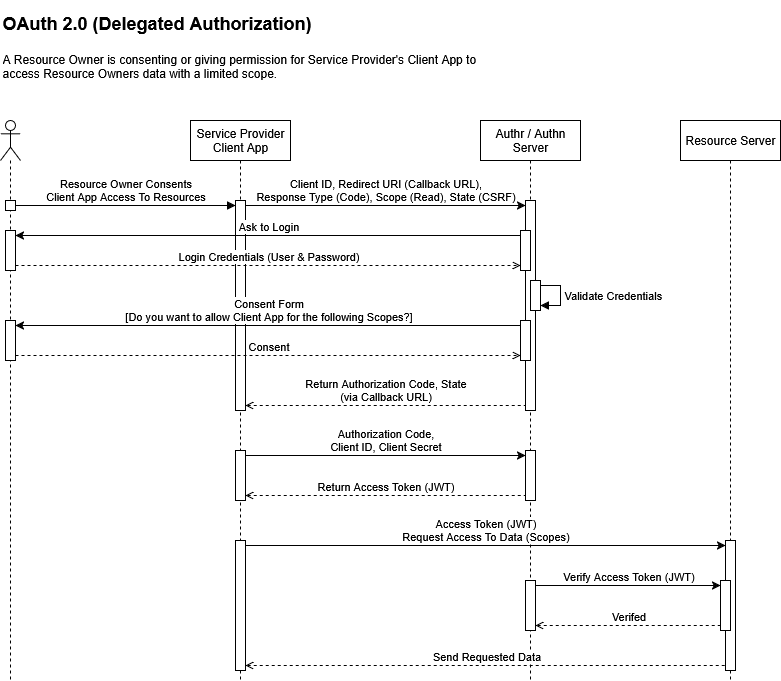
securityscience/Authentication-Authorization keeps this draw.io diagram as OAuth 2.0 (Delegated Authorization).drawio.png. Above is the earlier version. Source tidied: cells renumbered, new cells last; positions are measured from the earlier drawing's top-left corner, leaving out a move shared by most shapes.
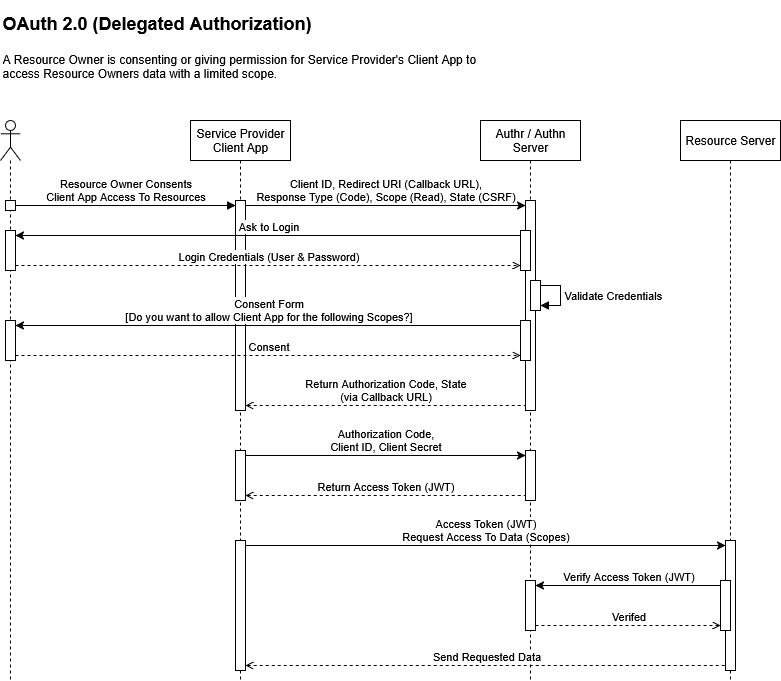
Later version of the same file.

What changed in the source:
```diff
@@ -95,10 +95,10 @@
     <mxCell id="32" value="Send Requested Data" style="html=1;verticalAlign=bottom;endArrow=none;curved=0;rounded=0;entryX=0;entryY=1;entryDx=0;entryDy=-5;entryPerimeter=0;startArrow=open;startFill=0;endFill=0;shadow=0;dashed=1;exitX=1;exitY=1;exitDx=0;exitDy=-5;exitPerimeter=0;" parent="1" edge="1" source="6" target="16">
       <mxGeometry relative="1" as="geometry" />
     </mxCell>
-    <mxCell id="33" value="Verify Access Token (JWT)" style="html=1;verticalAlign=bottom;endArrow=classic;curved=0;rounded=0;exitX=1;exitY=0;exitDx=0;exitDy=5;exitPerimeter=0;entryX=0;entryY=0;entryDx=0;entryDy=5;entryPerimeter=0;endFill=1;" parent="1" edge="1" source="14" target="17">
+    <mxCell id="33" value="Verify Access Token (JWT)" style="html=1;verticalAlign=bottom;endArrow=none;curved=0;rounded=0;exitX=1;exitY=0;exitDx=0;exitDy=5;exitPerimeter=0;entryX=0;entryY=0;entryDx=0;entryDy=5;entryPerimeter=0;endFill=0;startArrow=classic;startFill=1;" parent="1" edge="1" source="14" target="17">
       <mxGeometry relative="1" as="geometry" />
     </mxCell>
-    <mxCell id="34" value="Verifed" style="html=1;verticalAlign=bottom;endArrow=none;curved=0;rounded=0;entryX=0;entryY=1;entryDx=0;entryDy=-5;entryPerimeter=0;startArrow=open;startFill=0;endFill=0;shadow=0;dashed=1;exitX=1;exitY=1;exitDx=0;exitDy=-5;exitPerimeter=0;" parent="1" edge="1" source="14" target="17">
+    <mxCell id="34" value="Verifed" style="html=1;verticalAlign=bottom;endArrow=open;curved=0;rounded=0;entryX=0;entryY=1;entryDx=0;entryDy=-5;entryPerimeter=0;startArrow=none;startFill=0;endFill=0;shadow=0;dashed=1;exitX=1;exitY=1;exitDx=0;exitDy=-5;exitPerimeter=0;" parent="1" edge="1" source="14" target="17">
       <mxGeometry relative="1" as="geometry" />
     </mxCell>
   </root>
```
